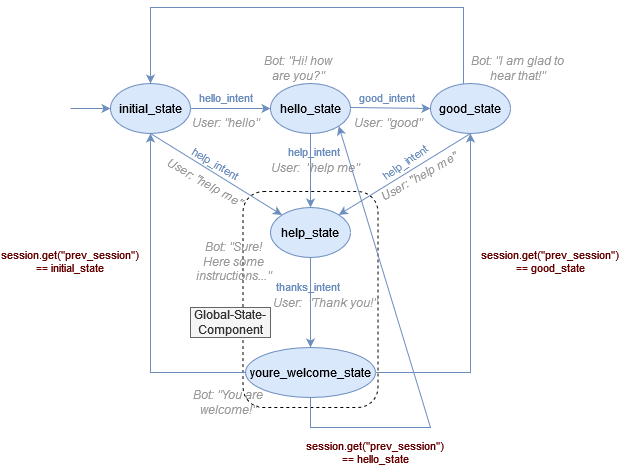
BESSER-PEARL/BESSER-Bot-Framework keeps this draw.io diagram as docs/source/img/greetings_bot_diagram_global_state_3.png. Above is the earlier version. Source tidied: cells renumbered, new cells last; positions are measured from the earlier drawing's top-left corner, leaving out a move shared by most shapes.
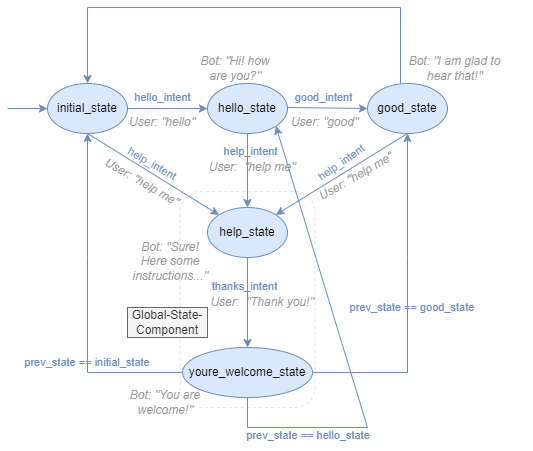
Above is the later version.

Commit message:
update global state figures

Diff of the diagram source:
```diff
@@ -2,7 +2,7 @@
   <root>
     <mxCell id="0" />
     <mxCell id="1" parent="0" />
-    <mxCell id="2" style="rounded=1;whiteSpace=wrap;html=1;dashed=1;" parent="1" vertex="1">
+    <mxCell id="2" style="rounded=1;whiteSpace=wrap;html=1;dashed=1;opacity=10;" parent="1" vertex="1">
       <mxGeometry x="202.5" y="184" width="135" height="216" as="geometry" />
     </mxCell>
     <mxCell id="3" style="edgeStyle=orthogonalEdgeStyle;rounded=0;jettySize=auto;html=1;entryX=0;entryY=0.5;entryDx=0;entryDy=0;fillColor=#dae8fc;strokeColor=#6c8ebf;" parent="1" edge="1" source="5" target="6">
@@ -118,15 +118,6 @@
     <mxCell id="29" value="&lt;i&gt;&lt;font color=&quot;#999999&quot;&gt;Bot: &quot;Sure! Here some instructions...&quot;&lt;/font&gt;&lt;/i&gt;" style="text;html=1;strokeColor=none;fillColor=none;align=center;verticalAlign=middle;whiteSpace=wrap;rounded=0;" parent="1" vertex="1">
       <mxGeometry x="150" y="239" width="85.5" height="30" as="geometry" />
     </mxCell>
-    <mxCell id="30" value="session.get(&quot;prev_session&quot;) == initial_state" style="text;html=1;align=center;verticalAlign=middle;whiteSpace=wrap;rounded=0;fontSize=11;fontColor=#660000;" parent="1" vertex="1">
-      <mxGeometry y="239" width="60" height="30" as="geometry" />
-    </mxCell>
-    <mxCell id="31" value="session.get(&quot;prev_session&quot;) == hello_state" style="text;html=1;align=center;verticalAlign=middle;whiteSpace=wrap;rounded=0;fontSize=11;fontColor=#660000;" parent="1" vertex="1">
-      <mxGeometry x="305" y="430" width="60" height="30" as="geometry" />
-    </mxCell>
-    <mxCell id="32" value="session.get(&quot;prev_session&quot;) == good_state" style="text;html=1;align=center;verticalAlign=middle;whiteSpace=wrap;rounded=0;fontSize=11;fontColor=#660000;" parent="1" vertex="1">
-      <mxGeometry x="480" y="239" width="60" height="30" as="geometry" />
-    </mxCell>
     <mxCell id="33" value="youre_welcome_state" style="ellipse;whiteSpace=wrap;html=1;fillColor=#dae8fc;strokeColor=#6c8ebf;fontColor=#000000;" parent="1" vertex="1">
       <mxGeometry x="205" y="340" width="130" height="50" as="geometry" />
     </mxCell>
@@ -149,5 +140,14 @@
     <mxCell id="38" value="Global-State-Component" style="text;html=1;strokeColor=#666666;fillColor=#f5f5f5;align=center;verticalAlign=middle;whiteSpace=wrap;rounded=0;fontColor=#333333;" parent="1" vertex="1">
       <mxGeometry x="150" y="300" width="80" height="30" as="geometry" />
     </mxCell>
+    <mxCell id="39" value="&lt;font color=&quot;#6c8ebf&quot;&gt;prev_state == initial_state&lt;/font&gt;" style="text;html=1;align=center;verticalAlign=middle;whiteSpace=wrap;rounded=0;fontSize=11;fontColor=#660000;" parent="1" vertex="1">
+      <mxGeometry x="40" y="340" width="140" height="30" as="geometry" />
+    </mxCell>
+    <mxCell id="40" value="&lt;font color=&quot;#6c8ebf&quot;&gt;prev_state == hello_state&lt;/font&gt;" style="text;html=1;align=center;verticalAlign=middle;whiteSpace=wrap;rounded=0;fontSize=11;fontColor=#660000;" parent="1" vertex="1">
+      <mxGeometry x="261" y="413" width="140" height="30" as="geometry" />
+    </mxCell>
+    <mxCell id="41" value="&lt;font color=&quot;#6c8ebf&quot;&gt;prev_state == good_state&lt;/font&gt;" style="text;html=1;align=center;verticalAlign=middle;whiteSpace=wrap;rounded=0;fontSize=11;fontColor=#660000;" parent="1" vertex="1">
+      <mxGeometry x="365" y="285" width="140" height="30" as="geometry" />
+    </mxCell>
   </root>
 </mxGraphModel>
```
